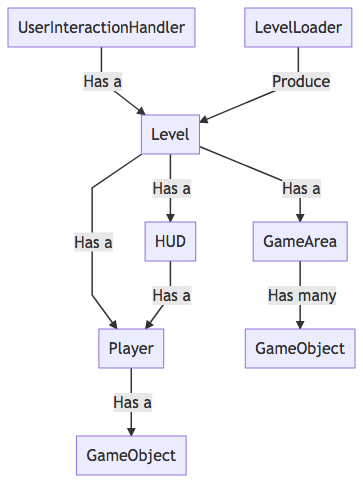
qdx/butterfly keeps this Mermaid diagram as doc/class_diagram.png. Above is the earlier version. Its source is kept beside it as doc/class_diagram.mmd. The source it was exported from:
```mermaid
graph TD
A[UserInteractionHandler] -->|Has a| B[Level]
B -->|Has a| C[Player]
C -->|Has a| J[GameObject]
B -->|Has a| F[HUD]
B -->|Has a| G[GameArea]
G --> |Has many| H[GameObject]
F --> |Has a| C[Player]
I[LevelLoader] --> |Produce| B
```
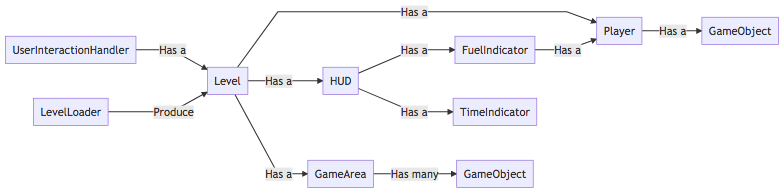
Later version of the same file.

Commit message:
Add rendering flow diagram

What changed in the source:
```diff
@@ -1,9 +1,12 @@
-graph TD
+graph LR
 A[UserInteractionHandler] -->|Has a| B[Level]
 B -->|Has a| C[Player]
 C -->|Has a| J[GameObject]
 B -->|Has a| F[HUD]
+F-->|Has a| K[FuelIndicator]
+K -->|Has a| C[Player]
+F-->|Has a| L[TimeIndicator]
 B -->|Has a| G[GameArea]
 G --> |Has many| H[GameObject]
-F --> |Has a| C[Player]
+
 I[LevelLoader] --> |Produce| B
```
